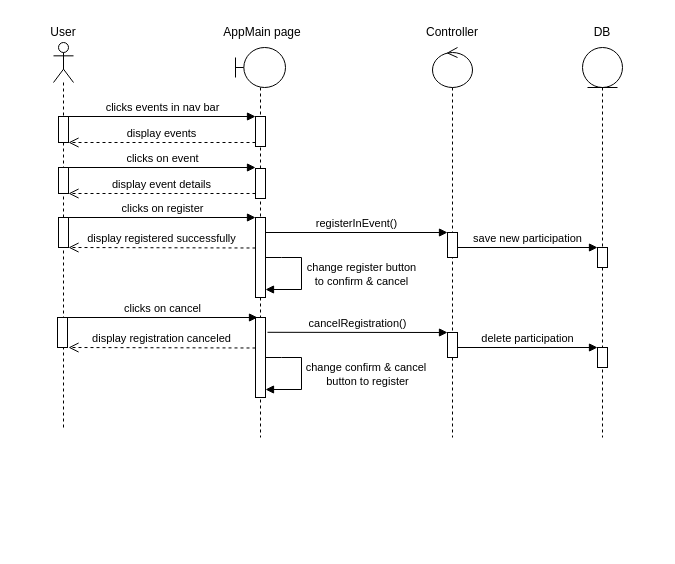
The draw.io diagram uml diagram/eventRegistration_sequence.drawio in rayenbenyoussef/Jci_Manager, before the edit. Source tidied: cells renumbered, new cells numbered last; positions are measured from the earlier drawing's top-left corner, leaving out a move shared by most shapes. Both pictures are drawn from the tidied source at 100%, with x=0, y=0 at pixel (33, 17).
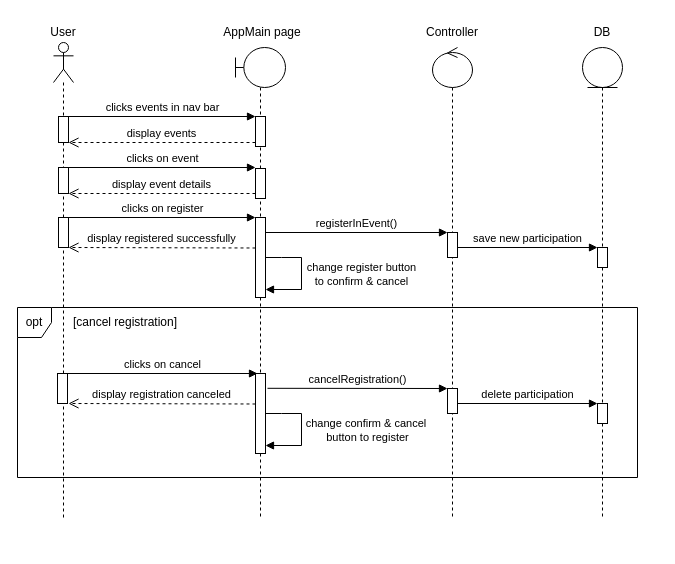
After the change.

Unchanged cells that the change refers to:
```xml
<mxCell id="5" style="group;" parent="1" vertex="1">
  <mxGeometry x="344" width="110" height="530" as="geometry" />
</mxCell>
<mxCell id="25" style="group;" parent="1" vertex="1">
  <mxGeometry x="514" width="110" height="530" as="geometry" />
</mxCell>
```

What changed in the source:
```diff
@@
     <mxCell id="2" style="shape=umlLifeline;perimeter=lifelinePerimeter;whiteSpace=wrap;html=1;newEdgeStyle={&quot;curved&quot;:0,&quot;rounded&quot;:0};participant=umlActor;fillColor=light-dark(#FFFFFF,transparent);strokeColor=light-dark(#000000,#FFFFFF);" parent="1" vertex="1">
-      <mxGeometry x="20" y="25" width="20" height="385" as="geometry" />
+      <mxGeometry x="20" y="25" width="20" height="475" as="geometry" />
     </mxCell>
@@
     <mxCell id="6" style="shape=umlLifeline;perimeter=lifelinePerimeter;whiteSpace=wrap;html=1;newEdgeStyle={&quot;curved&quot;:0,&quot;rounded&quot;:0};participant=umlControl;" parent="5" vertex="1">
-      <mxGeometry x="55" y="30" width="40" height="390" as="geometry" />
+      <mxGeometry x="55" y="30" width="40" height="470" as="geometry" />
     </mxCell>
@@
     <mxCell id="9" style="shape=umlLifeline;perimeter=lifelinePerimeter;whiteSpace=wrap;html=1;newEdgeStyle={&quot;curved&quot;:0,&quot;rounded&quot;:0};participant=umlBoundary;" parent="1" vertex="1">
-      <mxGeometry x="202" y="30" width="50" height="390" as="geometry" />
+      <mxGeometry x="202" y="30" width="50" height="470" as="geometry" />
     </mxCell>
     <mxCell id="10" style="html=1;perimeter=orthogonalPerimeter;targetShapes=umlLifeline;newEdgeStyle={&quot;curved&quot;:0,&quot;rounded&quot;:0};" parent="9" vertex="1">
-      <mxGeometry x="20" y="270" width="10" height="80" as="geometry" />
+      <mxGeometry x="20" y="326" width="10" height="80" as="geometry" />
     </mxCell>
     <mxCell id="11" value="display registration canceled" style="html=1;verticalAlign=bottom;endArrow=open;dashed=1;endSize=8;curved=0;rounded=0;" parent="9" edge="1">
       <mxGeometry relative="1" as="geometry">
-        <mxPoint x="20" y="300.5" as="sourcePoint" />
-        <mxPoint x="-167" y="300" as="targetPoint" />
+        <mxPoint x="20" y="356.5" as="sourcePoint" />
+        <mxPoint x="-167" y="356" as="targetPoint" />
       </mxGeometry>
     </mxCell>
     <mxCell id="12" style="html=1;verticalAlign=bottom;endArrow=block;curved=0;rounded=0;" parent="9" edge="1">
       <mxGeometry relative="1" as="geometry">
-        <mxPoint x="30" y="310" as="sourcePoint" />
-        <mxPoint x="30" y="342" as="targetPoint" />
+        <mxPoint x="30" y="366" as="sourcePoint" />
+        <mxPoint x="30" y="398" as="targetPoint" />
         <Array as="points">
-          <mxPoint x="46" y="310" />
-          <mxPoint x="66" y="310" />
-          <mxPoint x="66" y="342" />
+          <mxPoint x="46" y="366" />
+          <mxPoint x="66" y="366" />
+          <mxPoint x="66" y="398" />
         </Array>
       </mxGeometry>
     </mxCell>
@@
     <mxCell id="26" style="shape=umlLifeline;perimeter=lifelinePerimeter;whiteSpace=wrap;html=1;newEdgeStyle={&quot;curved&quot;:0,&quot;rounded&quot;:0};participant=umlEntity;" parent="25" vertex="1">
-      <mxGeometry x="35" y="30" width="40" height="390" as="geometry" />
+      <mxGeometry x="35" y="30" width="40" height="470" as="geometry" />
     </mxCell>
@@
     <mxCell id="29" style="html=1;points=[[0,0,0,0,5],[0,1,0,0,-5],[1,0,0,0,5],[1,1,0,0,-5]];perimeter=orthogonalPerimeter;outlineConnect=0;targetShapes=umlLifeline;portConstraint=eastwest;newEdgeStyle={&quot;curved&quot;:0,&quot;rounded&quot;:0};" parent="25" vertex="1">
-      <mxGeometry x="50" y="330" width="10" height="20" as="geometry" />
+      <mxGeometry x="50" y="386" width="10" height="20" as="geometry" />
     </mxCell>
@@
     <mxCell id="35" style="html=1;perimeter=orthogonalPerimeter;targetShapes=umlLifeline;newEdgeStyle={&quot;curved&quot;:0,&quot;rounded&quot;:0};" parent="1" vertex="1">
-      <mxGeometry x="24" y="300" width="10" height="30" as="geometry" />
+      <mxGeometry x="24" y="356" width="10" height="30" as="geometry" />
     </mxCell>
     <mxCell id="36" value="clicks on cancel" style="html=1;verticalAlign=bottom;endArrow=block;curved=0;rounded=0;strokeColor=light-dark(#000000,#FFFFFF);" parent="1" edge="1">
       <mxGeometry relative="1" as="geometry">
-        <mxPoint x="34" y="300" as="sourcePoint" />
-        <mxPoint x="224" y="300" as="targetPoint" />
+        <mxPoint x="34" y="356" as="sourcePoint" />
+        <mxPoint x="224" y="356" as="targetPoint" />
       </mxGeometry>
     </mxCell>
     <mxCell id="37" value="cancelRegistration()" style="html=1;verticalAlign=bottom;endArrow=block;curved=0;rounded=0;strokeColor=light-dark(#000000,#FFFFFF);" parent="1" edge="1" target="38">
       <mxGeometry relative="1" as="geometry">
-        <mxPoint x="234" y="314.8" as="sourcePoint" />
+        <mxPoint x="234" y="370.8" as="sourcePoint" />
       </mxGeometry>
     </mxCell>
     <mxCell id="38" style="html=1;points=[[0,0,0,0,5],[0,1,0,0,-5],[1,0,0,0,5],[1,1,0,0,-5]];perimeter=orthogonalPerimeter;outlineConnect=0;targetShapes=umlLifeline;portConstraint=eastwest;newEdgeStyle={&quot;curved&quot;:0,&quot;rounded&quot;:0};" parent="1" vertex="1">
-      <mxGeometry x="414" y="315" width="10" height="25" as="geometry" />
+      <mxGeometry x="414" y="371" width="10" height="25" as="geometry" />
     </mxCell>
@@
+    <mxCell id="40" value="opt" style="shape=umlFrame;whiteSpace=wrap;html=1;width=34;height=30;" parent="1" vertex="1">
+      <mxGeometry x="-16" y="290" width="620" height="170" as="geometry" />
+    </mxCell>
+    <mxCell id="41" value="[cancel registration]" style="text;html=1;whiteSpace=wrap;strokeColor=none;fillColor=none;align=center;verticalAlign=middle;rounded=0;" parent="1" vertex="1">
+      <mxGeometry x="37" y="290" width="110" height="30" as="geometry" />
+    </mxCell>
```
